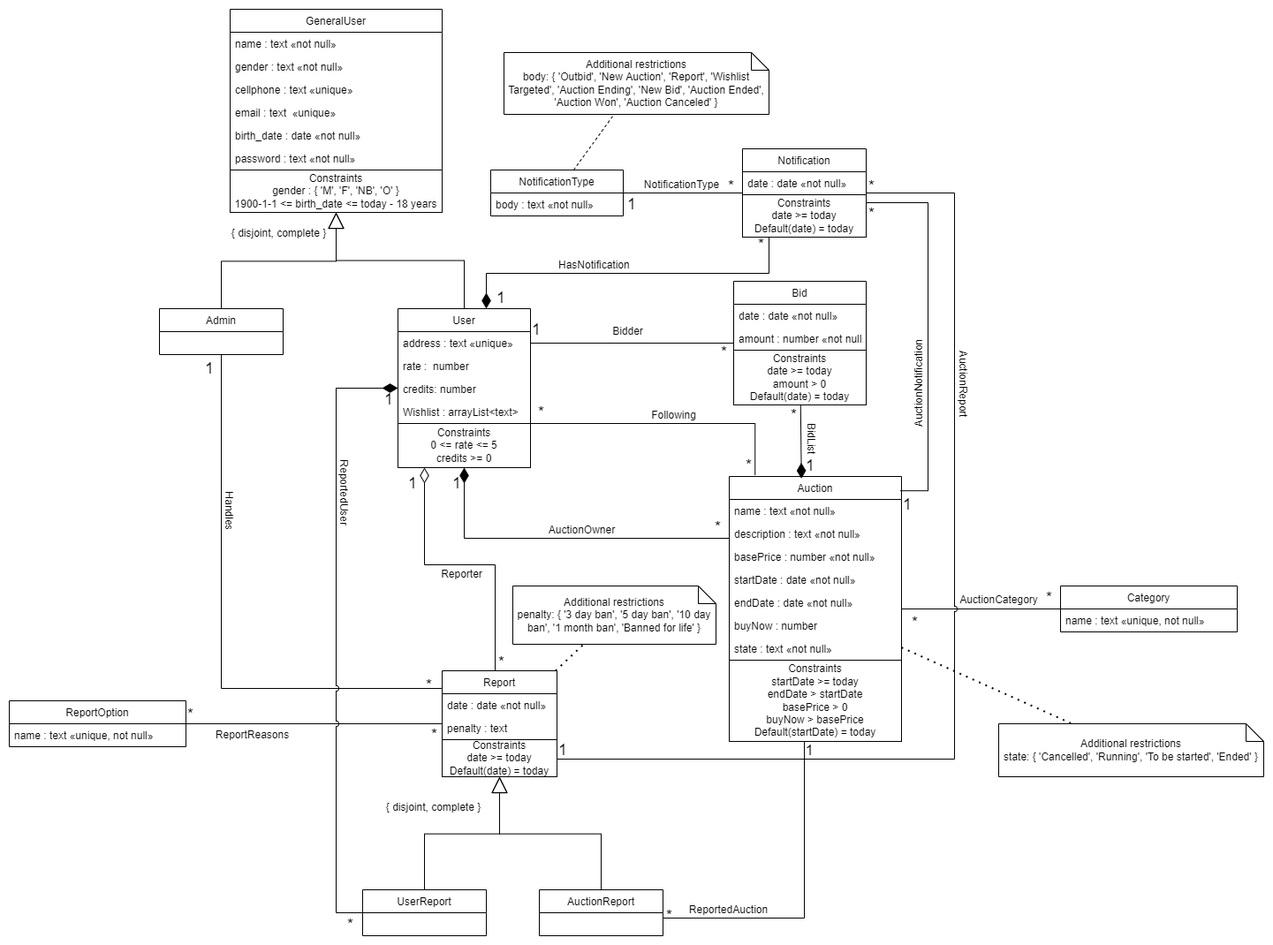
The draw.io diagram Diagrams/CDM_UML.png in afs202005277/InfinityAuctions, before a commit. Source tidied: cells renumbered, new cells last; positions are measured from the earlier drawing's top-left corner, leaving out a move shared by most shapes.
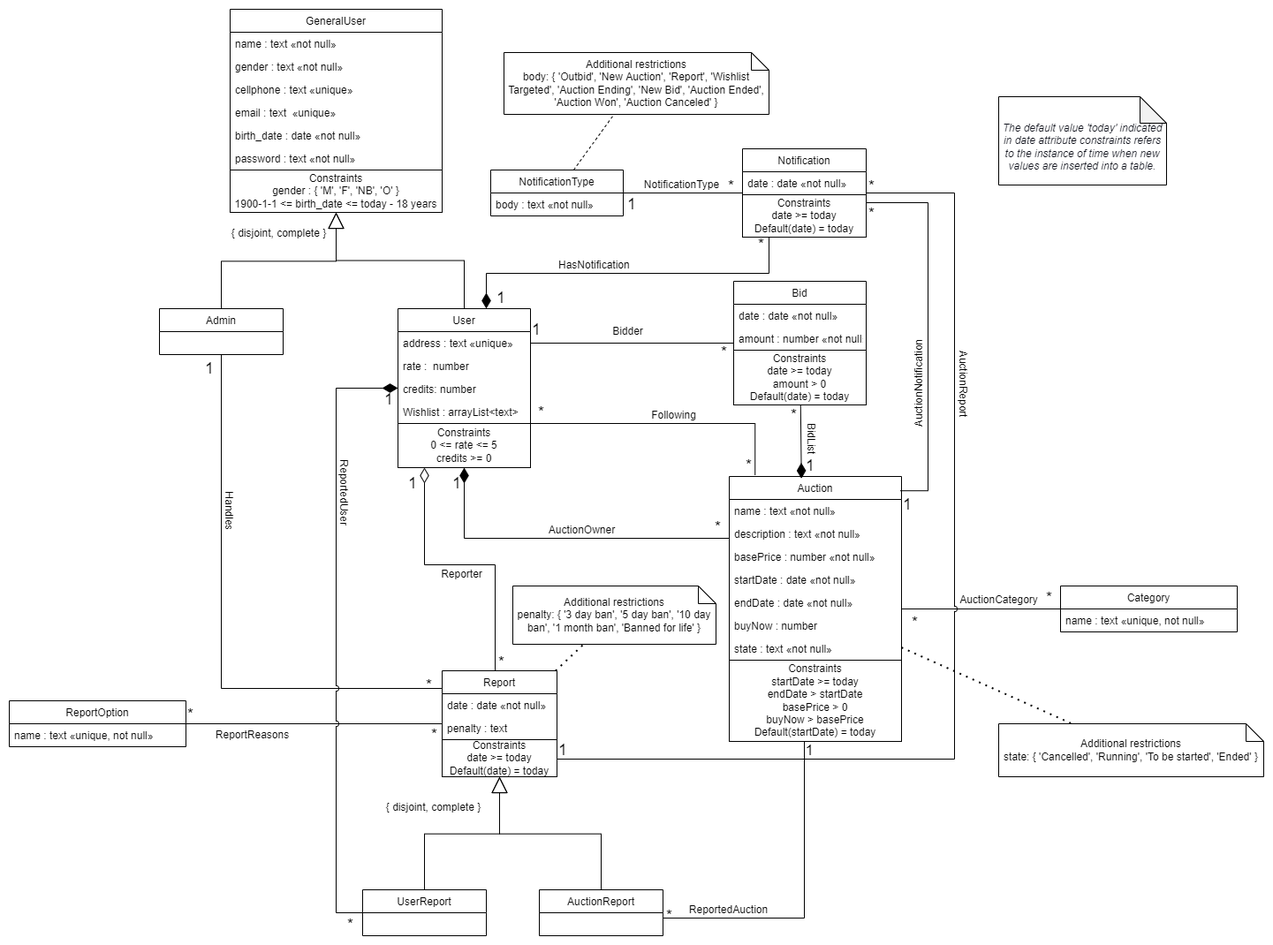
After the commit.

Diff of the diagram source:
```diff
@@ -524,5 +524,8 @@
     <mxCell id="117" value="{ disjoint, complete }" style="text;html=1;align=center;verticalAlign=middle;strokeColor=none;fillColor=none;" parent="1" vertex="1">
       <mxGeometry x="240" y="239" width="130" height="30" as="geometry" />
     </mxCell>
+    <mxCell id="118" value="&lt;br&gt;&lt;em style=&quot;color: rgb(14, 16, 26); background: transparent; margin-top:0pt; margin-bottom:0pt;&quot;&gt;The default value 'today' indicated in date attribute constraints refers to the instance of time when new values are inserted into a table.&lt;/em&gt;" style="shape=note;whiteSpace=wrap;html=1;backgroundOutline=1;darkOpacity=0.05;" parent="1" vertex="1">
+      <mxGeometry x="1120" y="99" width="190" height="100" as="geometry" />
+    </mxCell>
   </root>
 </mxGraphModel>
```
